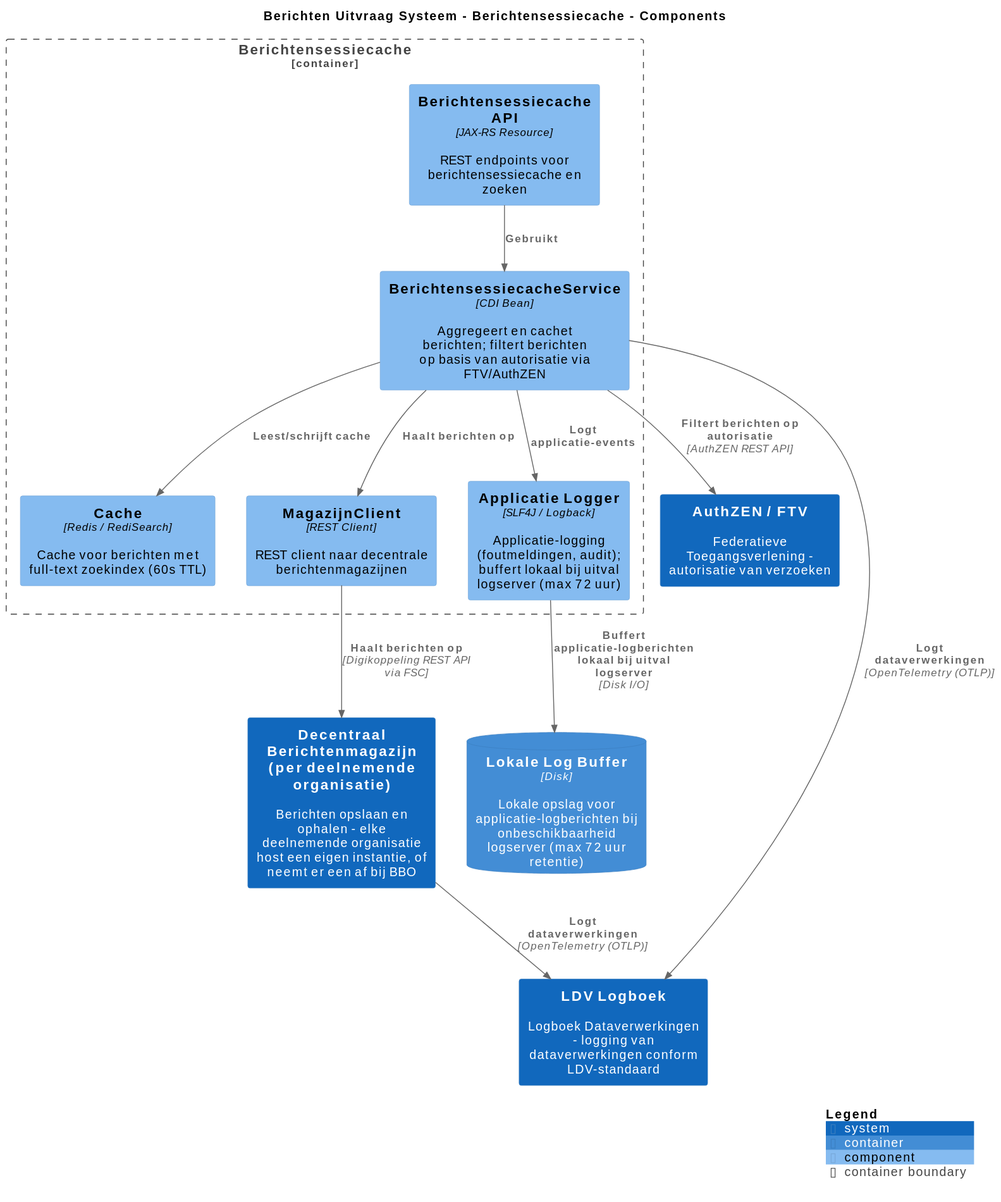
MinBZK/moza-poc-fbs-berichtenbox keeps this PlantUML diagram as pr-preview/pr-16/master/svg/BerichtensessiecacheComponenten.svg. Above is the earlier version. Its source is kept beside it as pr-preview/pr-16/master/puml/BerichtensessiecacheComponenten.puml.
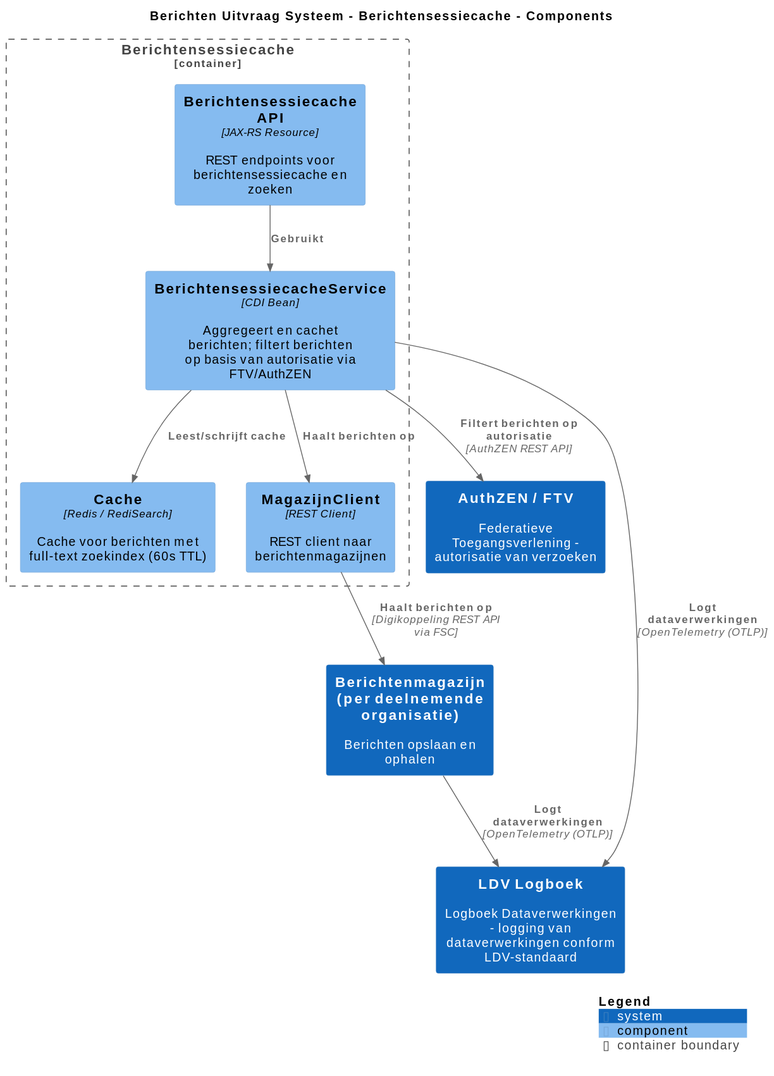
After the commit.

Diff of the diagram source:
```diff
@@ -6,31 +6,26 @@
 
 !include <C4/C4>
 !include <C4/C4_Context>
-!include <C4/C4_Container>
 !include <C4/C4_Component>
 
 System(AuthZENFTV, "AuthZEN / FTV", $descr="Federatieve Toegangsverlening - autorisatie van verzoeken", $tags="", $link="")
-System(DecentraalBerichtenmagazijnperdeelnemendeorganisatie, "Decentraal Berichtenmagazijn (per deelnemende organisatie)", $descr="Berichten opslaan en ophalen - elke deelnemende organisatie host een eigen instantie, of neemt er een af bij BBO", $tags="", $link="")
-ContainerDb(BerichtenUitvraagSysteem.LokaleLogBuffer, "Lokale Log Buffer", $techn="Disk", $descr="Lokale opslag voor applicatie-logberichten bij onbeschikbaarheid logserver (max 72 uur retentie)", $tags="", $link="")
+System(Berichtenmagazijnperdeelnemendeorganisatie, "Berichtenmagazijn (per deelnemende organisatie)", $descr="Berichten opslaan en ophalen", $tags="", $link="")
 System(LDVLogboek, "LDV Logboek", $descr="Logboek Dataverwerkingen - logging van dataverwerkingen conform LDV-standaard", $tags="", $link="")
 
 Container_Boundary("BerichtenUitvraagSysteem.Berichtensessiecache_boundary", "Berichtensessiecache", $tags="") {
   Component(BerichtenUitvraagSysteem.Berichtensessiecache.BerichtensessiecacheAPI, "Berichtensessiecache API", $techn="JAX-RS Resource", $descr="REST endpoints voor berichtensessiecache en zoeken", $tags="", $link="")
   Component(BerichtenUitvraagSysteem.Berichtensessiecache.BerichtensessiecacheService, "BerichtensessiecacheService", $techn="CDI Bean", $descr="Aggregeert en cachet berichten; filtert berichten op basis van autorisatie via FTV/AuthZEN", $tags="", $link="")
   Component(BerichtenUitvraagSysteem.Berichtensessiecache.Cache, "Cache", $techn="Redis / RediSearch", $descr="Cache voor berichten met full-text zoekindex (60s TTL)", $tags="", $link="")
-  Component(BerichtenUitvraagSysteem.Berichtensessiecache.MagazijnClient, "MagazijnClient", $techn="REST Client", $descr="REST client naar decentrale berichtenmagazijnen", $tags="", $link="")
-  Component(BerichtenUitvraagSysteem.Berichtensessiecache.ApplicatieLogger, "Applicatie Logger", $techn="SLF4J / Logback", $descr="Applicatie-logging (foutmeldingen, audit); buffert lokaal bij uitval logserver (max 72 uur)", $tags="", $link="")
+  Component(BerichtenUitvraagSysteem.Berichtensessiecache.MagazijnClient, "MagazijnClient", $techn="REST Client", $descr="REST client naar berichtenmagazijnen", $tags="", $link="")
 }
 
 Rel(BerichtenUitvraagSysteem.Berichtensessiecache.BerichtensessiecacheService, LDVLogboek, "Logt dataverwerkingen", $techn="OpenTelemetry (OTLP)", $tags="", $link="")
 Rel(BerichtenUitvraagSysteem.Berichtensessiecache.BerichtensessiecacheAPI, BerichtenUitvraagSysteem.Berichtensessiecache.BerichtensessiecacheService, "Gebruikt", $techn="", $tags="", $link="")
 Rel(BerichtenUitvraagSysteem.Berichtensessiecache.BerichtensessiecacheService, BerichtenUitvraagSysteem.Berichtensessiecache.Cache, "Leest/schrijft cache", $techn="", $tags="", $link="")
 Rel(BerichtenUitvraagSysteem.Berichtensessiecache.BerichtensessiecacheService, BerichtenUitvraagSysteem.Berichtensessiecache.MagazijnClient, "Haalt berichten op", $techn="", $tags="", $link="")
-Rel(BerichtenUitvraagSysteem.Berichtensessiecache.BerichtensessiecacheService, BerichtenUitvraagSysteem.Berichtensessiecache.ApplicatieLogger, "Logt applicatie-events", $techn="", $tags="", $link="")
-Rel(BerichtenUitvraagSysteem.Berichtensessiecache.ApplicatieLogger, BerichtenUitvraagSysteem.LokaleLogBuffer, "Buffert applicatie-logberichten lokaal bij uitval logserver", $techn="Disk I/O", $tags="", $link="")
 Rel(BerichtenUitvraagSysteem.Berichtensessiecache.BerichtensessiecacheService, AuthZENFTV, "Filtert berichten op autorisatie", $techn="AuthZEN REST API", $tags="", $link="")
-Rel(BerichtenUitvraagSysteem.Berichtensessiecache.MagazijnClient, DecentraalBerichtenmagazijnperdeelnemendeorganisatie, "Haalt berichten op", $techn="Digikoppeling REST API via FSC", $tags="", $link="")
-Rel(DecentraalBerichtenmagazijnperdeelnemendeorganisatie, LDVLogboek, "Logt dataverwerkingen", $techn="OpenTelemetry (OTLP)", $tags="", $link="")
+Rel(BerichtenUitvraagSysteem.Berichtensessiecache.MagazijnClient, Berichtenmagazijnperdeelnemendeorganisatie, "Haalt berichten op", $techn="Digikoppeling REST API via FSC", $tags="", $link="")
+Rel(Berichtenmagazijnperdeelnemendeorganisatie, LDVLogboek, "Logt dataverwerkingen", $techn="OpenTelemetry (OTLP)", $tags="", $link="")
 
 SHOW_LEGEND(true)
 @enduml
```
